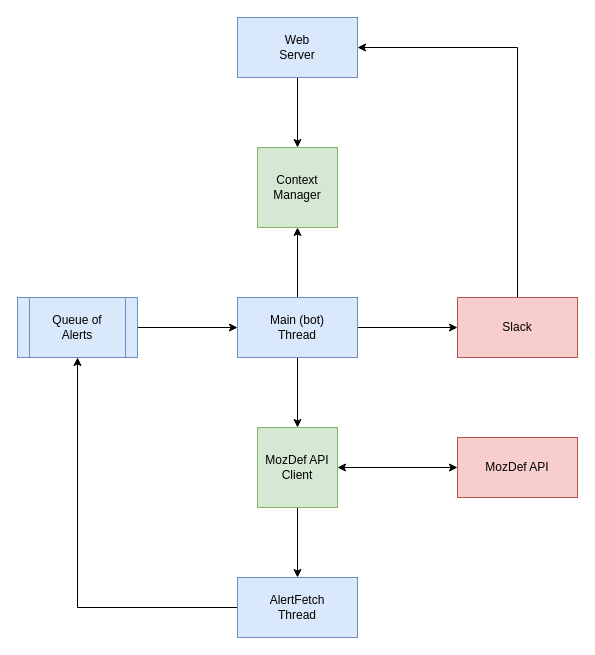
Before: docs/diagrams/bot_architecture.drawio in mozilla/MozDef-Triage-Bot, a draw.io diagram. Source tidied: cells renumbered, new cells numbered last; positions are measured from the earlier drawing's top-left corner, leaving out a move shared by most shapes. Both pictures are drawn from the tidied source at 100%, with x=0, y=0 at pixel (17, 17).
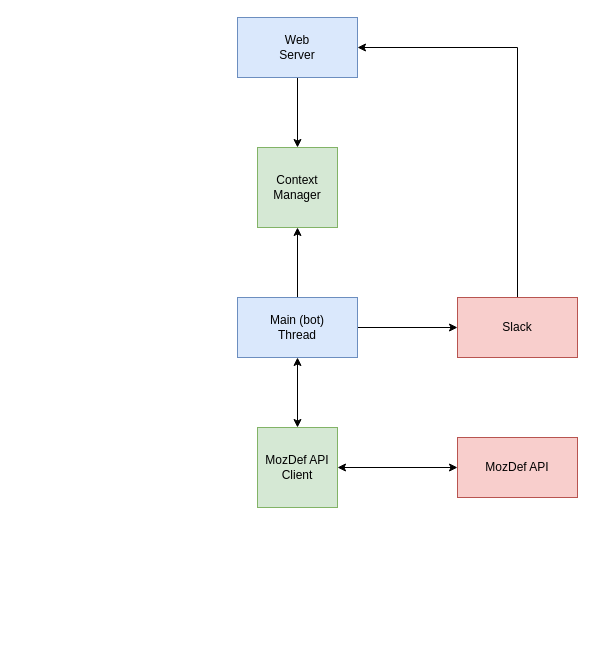
Above is the later version.

Commit message (it also covers changes not shown here):
Remove unnecessary thread

The change refers to these unchanged cells:
```xml
<mxCell id="13" value="Main (bot)&lt;br&gt;Thread" style="rounded=0;whiteSpace=wrap;html=1;fillColor=#dae8fc;strokeColor=#6c8ebf;" parent="1" vertex="1">
  <mxGeometry x="220" y="280" width="120" height="60" as="geometry" />
</mxCell>
<mxCell id="16" value="MozDef API&lt;br&gt;Client" style="rounded=0;whiteSpace=wrap;html=1;fillColor=#d5e8d4;strokeColor=#82b366;" parent="1" vertex="1">
  <mxGeometry x="240" y="410" width="80" height="80" as="geometry" />
</mxCell>
```

Change to the diagram source:
```diff
@@
-    <mxCell id="3" style="edgeStyle=orthogonalEdgeStyle;rounded=0;jettySize=auto;html=1;exitX=0;exitY=0.5;exitDx=0;exitDy=0;entryX=0.5;entryY=1;entryDx=0;entryDy=0;startArrow=none;startFill=0;" parent="1" edge="1" source="4" target="19">
-      <mxGeometry relative="1" as="geometry" />
-    </mxCell>
-    <mxCell id="4" value="AlertFetch&lt;br&gt;Thread" style="rounded=0;whiteSpace=wrap;html=1;fillColor=#dae8fc;strokeColor=#6c8ebf;" parent="1" vertex="1">
-      <mxGeometry x="220" y="560" width="120" height="60" as="geometry" />
-    </mxCell>
@@
-    <mxCell id="11" style="edgeStyle=orthogonalEdgeStyle;rounded=0;jettySize=auto;html=1;exitX=0.5;exitY=1;exitDx=0;exitDy=0;startArrow=none;startFill=0;" parent="1" edge="1" source="13" target="16">
+    <mxCell id="11" style="edgeStyle=orthogonalEdgeStyle;rounded=0;jettySize=auto;html=1;exitX=0.5;exitY=1;exitDx=0;exitDy=0;startArrow=classic;startFill=1;" parent="1" edge="1" source="13" target="16">
       <mxGeometry relative="1" as="geometry" />
     </mxCell>
@@
-    <mxCell id="15" style="edgeStyle=orthogonalEdgeStyle;rounded=0;jettySize=auto;html=1;exitX=0.5;exitY=1;exitDx=0;exitDy=0;startArrow=none;startFill=0;" parent="1" edge="1" source="16" target="4">
-      <mxGeometry relative="1" as="geometry" />
-    </mxCell>
@@
-    <mxCell id="18" style="edgeStyle=orthogonalEdgeStyle;rounded=0;jettySize=auto;html=1;exitX=1;exitY=0.5;exitDx=0;exitDy=0;entryX=0;entryY=0.5;entryDx=0;entryDy=0;startArrow=none;startFill=0;" parent="1" edge="1" source="19" target="13">
-      <mxGeometry relative="1" as="geometry" />
-    </mxCell>
-    <mxCell id="19" value="Queue of&lt;br&gt;Alerts" style="shape=process;whiteSpace=wrap;html=1;backgroundOutline=1;fillColor=#dae8fc;strokeColor=#6c8ebf;" parent="1" vertex="1">
-      <mxGeometry y="280" width="120" height="60" as="geometry" />
-    </mxCell>
```
